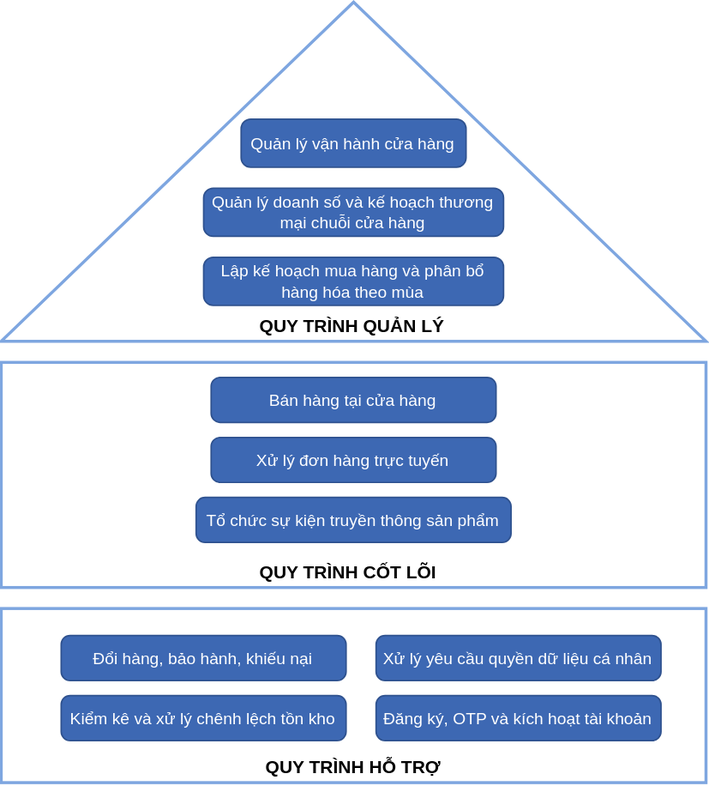
This is docs/workspaces/NguyenThanhThinh/so_do_quy_trinh.drawio.svg from anthinh-io/bpm-acfc-vietnam-analysis, a draw.io export, as it was before one commit. Source tidied: cells renumbered, new cells last; positions are measured from the earlier drawing's top-left corner, leaving out a move shared by most shapes. Source of this version:
```xml
<mxGraphModel>
  <root>
    <mxCell id="0" />
    <mxCell id="1" parent="0" />
    <mxCell id="2" style="triangle;whiteSpace=wrap;html=1;direction=north;fillColor=none;strokeColor=#7EA6E0;strokeWidth=2;" parent="1" vertex="1">
      <mxGeometry width="470" height="226" as="geometry" />
    </mxCell>
    <mxCell id="3" value="QUY TRÌNH QUẢN LÝ" style="text;html=1;align=left;verticalAlign=middle;fontStyle=1;fontSize=12;" parent="1" vertex="1">
      <mxGeometry x="170.5" y="206" width="129" height="20" as="geometry" />
    </mxCell>
    <mxCell id="4" value="Quản lý vận hành cửa hàng" style="rounded=1;whiteSpace=wrap;html=1;fillColor=#3D68B3;strokeColor=#2F528F;fontColor=#FFFFFF;fontSize=11;arcSize=20;" parent="1" vertex="1">
      <mxGeometry x="160" y="78" width="150" height="32" as="geometry" />
    </mxCell>
    <mxCell id="5" value="Quản lý doanh số và kế hoạch thương mại chuỗi cửa hàng" style="rounded=1;whiteSpace=wrap;html=1;fillColor=#3D68B3;strokeColor=#2F528F;fontColor=#FFFFFF;fontSize=11;arcSize=20;" parent="1" vertex="1">
      <mxGeometry x="135" y="124" width="200" height="32" as="geometry" />
    </mxCell>
    <mxCell id="6" value="Lập kế hoạch mua hàng và phân bổ hàng hóa theo mùa" style="rounded=1;whiteSpace=wrap;html=1;fillColor=#3D68B3;strokeColor=#2F528F;fontColor=#FFFFFF;fontSize=11;arcSize=20;" parent="1" vertex="1">
      <mxGeometry x="135" y="170" width="200" height="32" as="geometry" />
    </mxCell>
    <mxCell id="7" style="rounded=0;whiteSpace=wrap;html=1;fillColor=none;strokeColor=#7EA6E0;strokeWidth=2;" parent="1" vertex="1">
      <mxGeometry y="240" width="470" height="150" as="geometry" />
    </mxCell>
    <mxCell id="8" value="QUY TRÌNH CỐT LÕI" style="text;html=1;align=left;verticalAlign=middle;fontStyle=1;fontSize=12;" parent="1" vertex="1">
      <mxGeometry x="170.5" y="370" width="129" height="20" as="geometry" />
    </mxCell>
    <mxCell id="9" value="Bán hàng tại cửa hàng" style="rounded=1;whiteSpace=wrap;html=1;fillColor=#3D68B3;strokeColor=#2F528F;fontColor=#FFFFFF;fontSize=11;arcSize=20;" parent="1" vertex="1">
      <mxGeometry x="140" y="250" width="190" height="30" as="geometry" />
    </mxCell>
    <mxCell id="10" value="Xử lý đơn hàng trực tuyến" style="rounded=1;whiteSpace=wrap;html=1;fillColor=#3D68B3;strokeColor=#2F528F;fontColor=#FFFFFF;fontSize=11;arcSize=20;" parent="1" vertex="1">
      <mxGeometry x="140" y="290" width="190" height="30" as="geometry" />
    </mxCell>
    <mxCell id="11" value="Tổ chức sự kiện truyền thông sản phẩm" style="rounded=1;whiteSpace=wrap;html=1;fillColor=#3D68B3;strokeColor=#2F528F;fontColor=#FFFFFF;fontSize=11;arcSize=20;" parent="1" vertex="1">
      <mxGeometry x="130" y="330" width="210" height="30" as="geometry" />
    </mxCell>
    <mxCell id="12" style="rounded=0;whiteSpace=wrap;html=1;fillColor=none;strokeColor=#7EA6E0;strokeWidth=2;" parent="1" vertex="1">
      <mxGeometry y="404" width="470" height="116" as="geometry" />
    </mxCell>
    <mxCell id="13" value="QUY TRÌNH HỖ TRỢ" style="text;html=1;align=left;verticalAlign=middle;fontStyle=1;fontSize=12;" parent="1" vertex="1">
      <mxGeometry x="174.5" y="500" width="121" height="20" as="geometry" />
    </mxCell>
    <mxCell id="14" value="Đổi hàng, bảo hành, khiếu nại" style="rounded=1;whiteSpace=wrap;html=1;fillColor=#3D68B3;strokeColor=#2F528F;fontColor=#FFFFFF;fontSize=11;arcSize=20;" parent="1" vertex="1">
      <mxGeometry x="40" y="422" width="190" height="30" as="geometry" />
    </mxCell>
    <mxCell id="15" value="Xử lý yêu cầu quyền dữ liệu cá nhân" style="rounded=1;whiteSpace=wrap;html=1;fillColor=#3D68B3;strokeColor=#2F528F;fontColor=#FFFFFF;fontSize=11;arcSize=20;" parent="1" vertex="1">
      <mxGeometry x="250" y="422" width="190" height="30" as="geometry" />
    </mxCell>
    <mxCell id="16" value="Kiểm kê và xử lý chênh lệch tồn kho" style="rounded=1;whiteSpace=wrap;html=1;fillColor=#3D68B3;strokeColor=#2F528F;fontColor=#FFFFFF;fontSize=11;arcSize=20;" parent="1" vertex="1">
      <mxGeometry x="40" y="462" width="190" height="30" as="geometry" />
    </mxCell>
    <mxCell id="17" value="Đăng ký, OTP và kích hoạt tài khoản" style="rounded=1;whiteSpace=wrap;html=1;fillColor=#3D68B3;strokeColor=#2F528F;fontColor=#FFFFFF;fontSize=11;arcSize=20;" parent="1" vertex="1">
      <mxGeometry x="250" y="462" width="190" height="30" as="geometry" />
    </mxCell>
  </root>
</mxGraphModel>
```
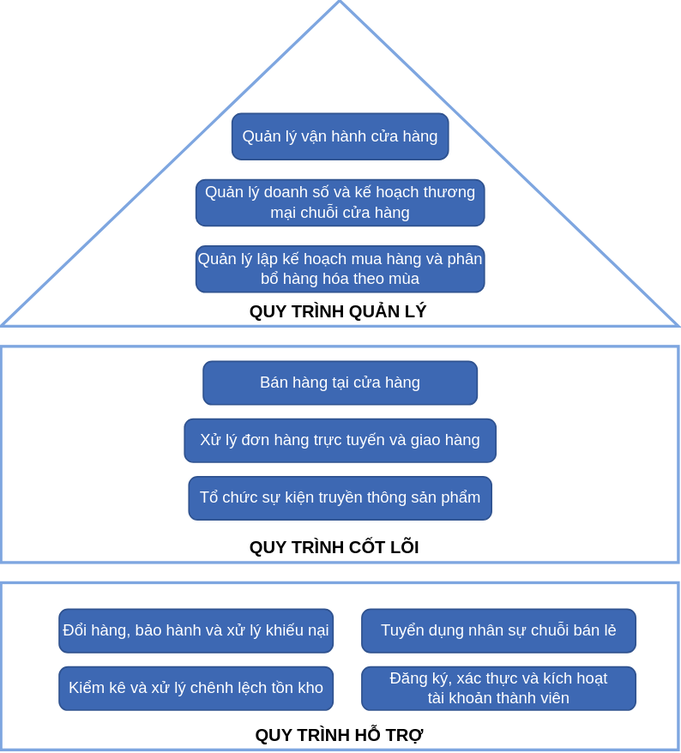
Later version of the same file.

Commit message:
Sửa sơ đồ kiến trúc tổng quan

Diff of the diagram source:
```diff
@@ -14,7 +14,7 @@
     <mxCell id="5" value="Quản lý doanh số và kế hoạch thương mại chuỗi cửa hàng" style="rounded=1;whiteSpace=wrap;html=1;fillColor=#3D68B3;strokeColor=#2F528F;fontColor=#FFFFFF;fontSize=11;arcSize=20;" parent="1" vertex="1">
       <mxGeometry x="135" y="124" width="200" height="32" as="geometry" />
     </mxCell>
-    <mxCell id="6" value="Lập kế hoạch mua hàng và phân bổ hàng hóa theo mùa" style="rounded=1;whiteSpace=wrap;html=1;fillColor=#3D68B3;strokeColor=#2F528F;fontColor=#FFFFFF;fontSize=11;arcSize=20;" parent="1" vertex="1">
+    <mxCell id="6" value="Quản lý lập kế hoạch mua hàng và phân bổ hàng hóa theo mùa" style="rounded=1;whiteSpace=wrap;html=1;fillColor=#3D68B3;strokeColor=#2F528F;fontColor=#FFFFFF;fontSize=11;arcSize=20;" parent="1" vertex="1">
       <mxGeometry x="135" y="170" width="200" height="32" as="geometry" />
     </mxCell>
     <mxCell id="7" style="rounded=0;whiteSpace=wrap;html=1;fillColor=none;strokeColor=#7EA6E0;strokeWidth=2;" parent="1" vertex="1">
@@ -26,8 +26,8 @@
     <mxCell id="9" value="Bán hàng tại cửa hàng" style="rounded=1;whiteSpace=wrap;html=1;fillColor=#3D68B3;strokeColor=#2F528F;fontColor=#FFFFFF;fontSize=11;arcSize=20;" parent="1" vertex="1">
       <mxGeometry x="140" y="250" width="190" height="30" as="geometry" />
     </mxCell>
-    <mxCell id="10" value="Xử lý đơn hàng trực tuyến" style="rounded=1;whiteSpace=wrap;html=1;fillColor=#3D68B3;strokeColor=#2F528F;fontColor=#FFFFFF;fontSize=11;arcSize=20;" parent="1" vertex="1">
-      <mxGeometry x="140" y="290" width="190" height="30" as="geometry" />
+    <mxCell id="10" value="Xử lý đơn hàng trực tuyến và giao hàng" style="rounded=1;whiteSpace=wrap;html=1;fillColor=#3D68B3;strokeColor=#2F528F;fontColor=#FFFFFF;fontSize=11;arcSize=20;" parent="1" vertex="1">
+      <mxGeometry x="127" y="290" width="216" height="30" as="geometry" />
     </mxCell>
     <mxCell id="11" value="Tổ chức sự kiện truyền thông sản phẩm" style="rounded=1;whiteSpace=wrap;html=1;fillColor=#3D68B3;strokeColor=#2F528F;fontColor=#FFFFFF;fontSize=11;arcSize=20;" parent="1" vertex="1">
       <mxGeometry x="130" y="330" width="210" height="30" as="geometry" />
@@ -38,16 +38,16 @@
     <mxCell id="13" value="QUY TRÌNH HỖ TRỢ" style="text;html=1;align=left;verticalAlign=middle;fontStyle=1;fontSize=12;" parent="1" vertex="1">
       <mxGeometry x="174.5" y="500" width="121" height="20" as="geometry" />
     </mxCell>
-    <mxCell id="14" value="Đổi hàng, bảo hành, khiếu nại" style="rounded=1;whiteSpace=wrap;html=1;fillColor=#3D68B3;strokeColor=#2F528F;fontColor=#FFFFFF;fontSize=11;arcSize=20;" parent="1" vertex="1">
+    <mxCell id="14" value="Đổi hàng, bảo hành và xử lý khiếu nại" style="rounded=1;whiteSpace=wrap;html=1;fillColor=#3D68B3;strokeColor=#2F528F;fontColor=#FFFFFF;fontSize=11;arcSize=20;" parent="1" vertex="1">
       <mxGeometry x="40" y="422" width="190" height="30" as="geometry" />
     </mxCell>
-    <mxCell id="15" value="Xử lý yêu cầu quyền dữ liệu cá nhân" style="rounded=1;whiteSpace=wrap;html=1;fillColor=#3D68B3;strokeColor=#2F528F;fontColor=#FFFFFF;fontSize=11;arcSize=20;" parent="1" vertex="1">
+    <mxCell id="15" value="Tuyển dụng nhân sự chuỗi bán lẻ" style="rounded=1;whiteSpace=wrap;html=1;fillColor=#3D68B3;strokeColor=#2F528F;fontColor=#FFFFFF;fontSize=11;arcSize=20;" parent="1" vertex="1">
       <mxGeometry x="250" y="422" width="190" height="30" as="geometry" />
     </mxCell>
     <mxCell id="16" value="Kiểm kê và xử lý chênh lệch tồn kho" style="rounded=1;whiteSpace=wrap;html=1;fillColor=#3D68B3;strokeColor=#2F528F;fontColor=#FFFFFF;fontSize=11;arcSize=20;" parent="1" vertex="1">
       <mxGeometry x="40" y="462" width="190" height="30" as="geometry" />
     </mxCell>
-    <mxCell id="17" value="Đăng ký, OTP và kích hoạt tài khoản" style="rounded=1;whiteSpace=wrap;html=1;fillColor=#3D68B3;strokeColor=#2F528F;fontColor=#FFFFFF;fontSize=11;arcSize=20;" parent="1" vertex="1">
+    <mxCell id="17" value="Đăng ký, xác thực và kích hoạt&lt;div&gt;tài khoản thành viên&lt;/div&gt;" style="rounded=1;whiteSpace=wrap;html=1;fillColor=#3D68B3;strokeColor=#2F528F;fontColor=#FFFFFF;fontSize=11;arcSize=20;" parent="1" vertex="1">
       <mxGeometry x="250" y="462" width="190" height="30" as="geometry" />
     </mxCell>
   </root>
```
